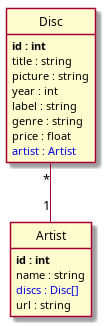
Above: puml/index.png in riquez-eva/symfony (PlantUML), before the change. Its source is kept beside it as puml/index.puml. Its diagram source:
```plantuml
@startuml
class Disc {
	**id : int**
	title : string
	picture : string
	year : int
	label : string
	genre : string
	price : float
	<color:#0000dd>artist : Artist</color>
}

class Artist {
	**id : int**
	name : string
	<color:#0000dd>discs : Disc[]</color>
	url : string
}

Disc "*"--"1" Artist


hide methods

hide circle

@enduml
```
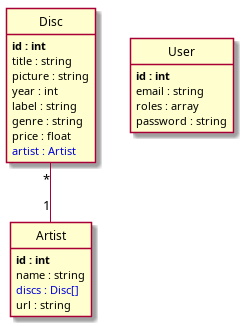
Above is the later version.

The edit, as a diff of the source:
```diff
@@ -8,6 +8,13 @@
 	genre : string
 	price : float
 	<color:#0000dd>artist : Artist</color>
+}
+
+class User {
+	**id : int**
+	email : string
+	roles : array
+	password : string
 }
 
 class Artist {
```
